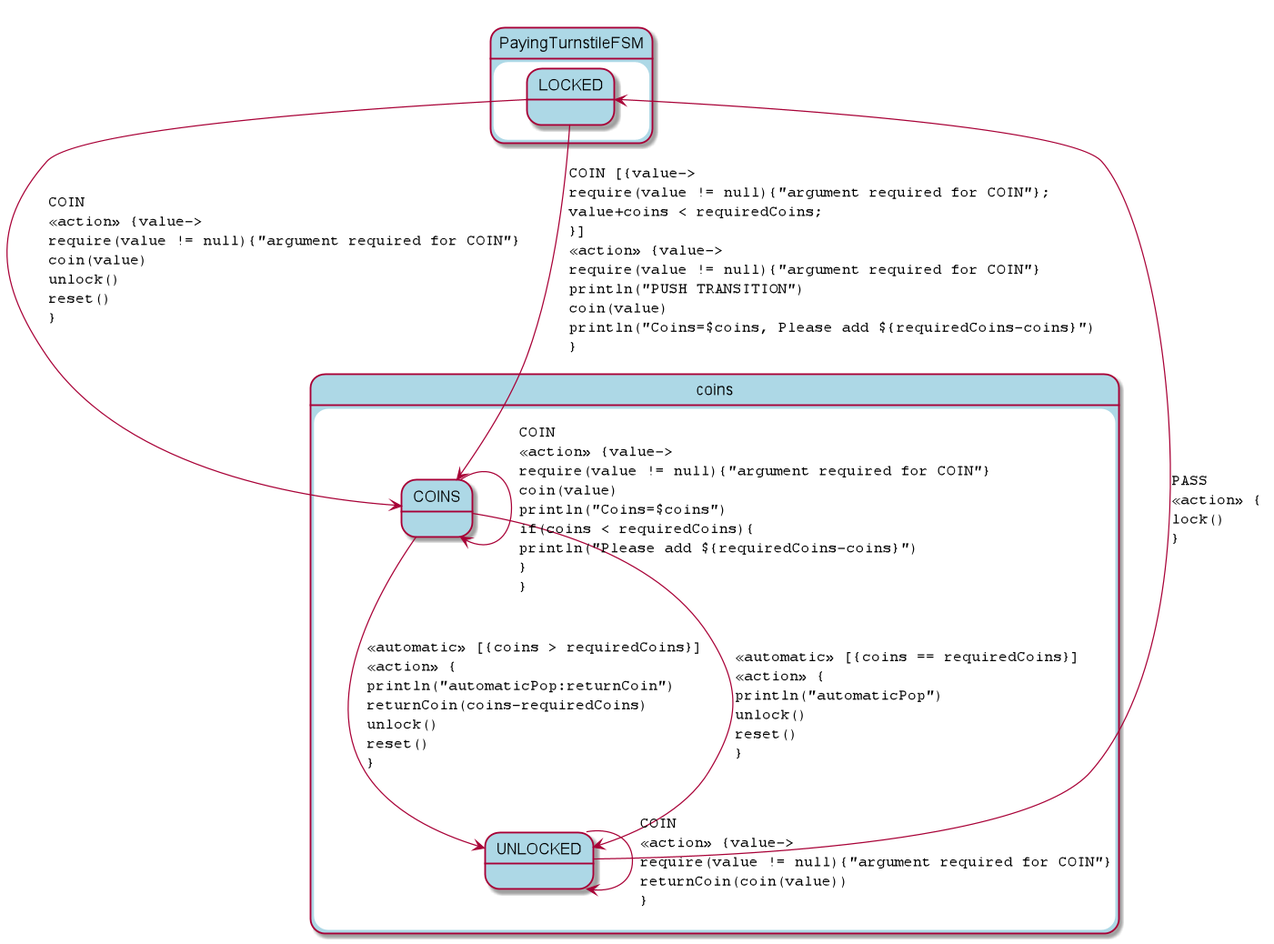
Above: src/docs/asciidoc/paying_turnstile_detail.png in open-jumpco/kfsm (PlantUML), before the change. Source of this version:
```plantuml
@startuml
skinparam StateFontName Helvetica
skinparam defaultFontName Monospaced
skinparam state {
    BackgroundColor LightBlue
}
state coins {
COINS --> UNLOCKED : <<automatic>> [{coins > requiredCoins}]\l<<action>> {\lprintln("automaticPop:returnCoin")\lreturnCoin(coins-requiredCoins)\lunlock()\lreset()\l}
COINS --> UNLOCKED : <<automatic>> [{coins == requiredCoins}]\l<<action>> {\lprintln("automaticPop")\lunlock()\lreset()\l}
COINS --> COINS : COIN\l<<action>> {value->\lrequire(value != null){"argument required for COIN"}\lcoin(value)\lprintln("Coins=$coins")\lif(coins < requiredCoins){\lprintln("Please add ${requiredCoins-coins}")\l}\l}
}
state PayingTurnstileFSM {
LOCKED --> COINS : COIN\l<<action>> {value->\lrequire(value != null){"argument required for COIN"}\lcoin(value)\lunlock()\lreset()\l}
LOCKED --> COINS : COIN [{value->\lrequire(value != null){"argument required for COIN"};\lvalue+coins < requiredCoins;\l}]\l<<action>> {value->\lrequire(value != null){"argument required for COIN"}\lprintln("PUSH TRANSITION")\lcoin(value)\lprintln("Coins=$coins, Please add ${requiredCoins-coins}")\l}
UNLOCKED --> UNLOCKED : COIN\l<<action>> {value->\lrequire(value != null){"argument required for COIN"}\lreturnCoin(coin(value))\l}
UNLOCKED --> LOCKED : PASS\l<<action>> {\llock()\l}
}
@enduml
```
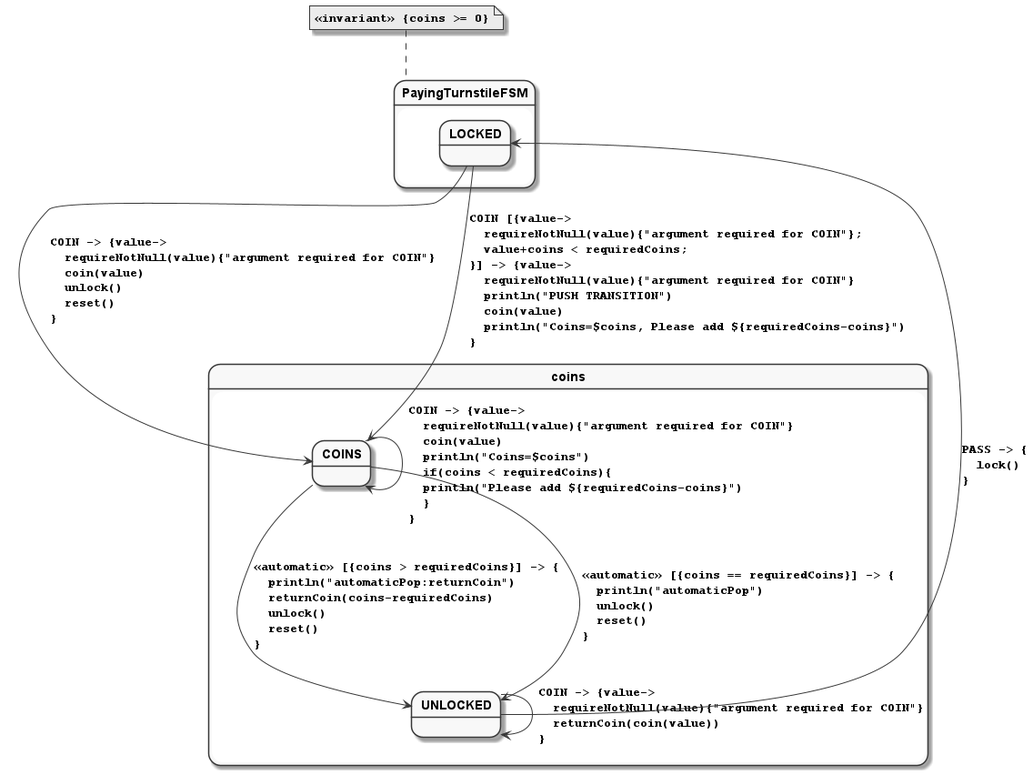
After the commit.

What changed in the source:
```diff
@@ -1,18 +1,24 @@
 @startuml
+skinparam monochrome true
 skinparam StateFontName Helvetica
 skinparam defaultFontName Monospaced
+skinparam defaultFontStyle Bold
 skinparam state {
-    BackgroundColor LightBlue
+    FontColor Black
+    FontStyle Bold
 }
 state coins {
-COINS --> UNLOCKED : <<automatic>> [{coins > requiredCoins}]\l<<action>> {\lprintln("automaticPop:returnCoin")\lreturnCoin(coins-requiredCoins)\lunlock()\lreset()\l}
-COINS --> UNLOCKED : <<automatic>> [{coins == requiredCoins}]\l<<action>> {\lprintln("automaticPop")\lunlock()\lreset()\l}
-COINS --> COINS : COIN\l<<action>> {value->\lrequire(value != null){"argument required for COIN"}\lcoin(value)\lprintln("Coins=$coins")\lif(coins < requiredCoins){\lprintln("Please add ${requiredCoins-coins}")\l}\l}
+COINS --> UNLOCKED : <<automatic>> [{coins > requiredCoins}] -> {\l  println("automaticPop:returnCoin")\l  returnCoin(coins-requiredCoins)\l  unlock()\l  reset()\l}
+COINS --> UNLOCKED : <<automatic>> [{coins == requiredCoins}] -> {\l  println("automaticPop")\l  unlock()\l  reset()\l}
+COINS --> COINS : COIN -> {value->\l  requireNotNull(value){"argument required for COIN"}\l  coin(value)\l  println("Coins=$coins")\l  if(coins < requiredCoins){\l  println("Please add ${requiredCoins-coins}")\l  }\l}
 }
 state PayingTurnstileFSM {
-LOCKED --> COINS : COIN\l<<action>> {value->\lrequire(value != null){"argument required for COIN"}\lcoin(value)\lunlock()\lreset()\l}
-LOCKED --> COINS : COIN [{value->\lrequire(value != null){"argument required for COIN"};\lvalue+coins < requiredCoins;\l}]\l<<action>> {value->\lrequire(value != null){"argument required for COIN"}\lprintln("PUSH TRANSITION")\lcoin(value)\lprintln("Coins=$coins, Please add ${requiredCoins-coins}")\l}
-UNLOCKED --> UNLOCKED : COIN\l<<action>> {value->\lrequire(value != null){"argument required for COIN"}\lreturnCoin(coin(value))\l}
-UNLOCKED --> LOCKED : PASS\l<<action>> {\llock()\l}
+LOCKED --> COINS : COIN -> {value->\l  requireNotNull(value){"argument required for COIN"}\l  coin(value)\l  unlock()\l  reset()\l}
+LOCKED --> COINS : COIN [{value->\l  requireNotNull(value){"argument required for COIN"};\l  value+coins < requiredCoins;\l}] -> {value->\l  requireNotNull(value){"argument required for COIN"}\l  println("PUSH TRANSITION")\l  coin(value)\l  println("Coins=$coins, Please add ${requiredCoins-coins}")\l}
+UNLOCKED --> UNLOCKED : COIN -> {value->\l  requireNotNull(value){"argument required for COIN"}\l  returnCoin(coin(value))\l}
+UNLOCKED --> LOCKED : PASS -> {\l  lock()\l}
 }
+note top of PayingTurnstileFSM
+<<invariant>> {coins >= 0}
+end note
 @enduml
```
